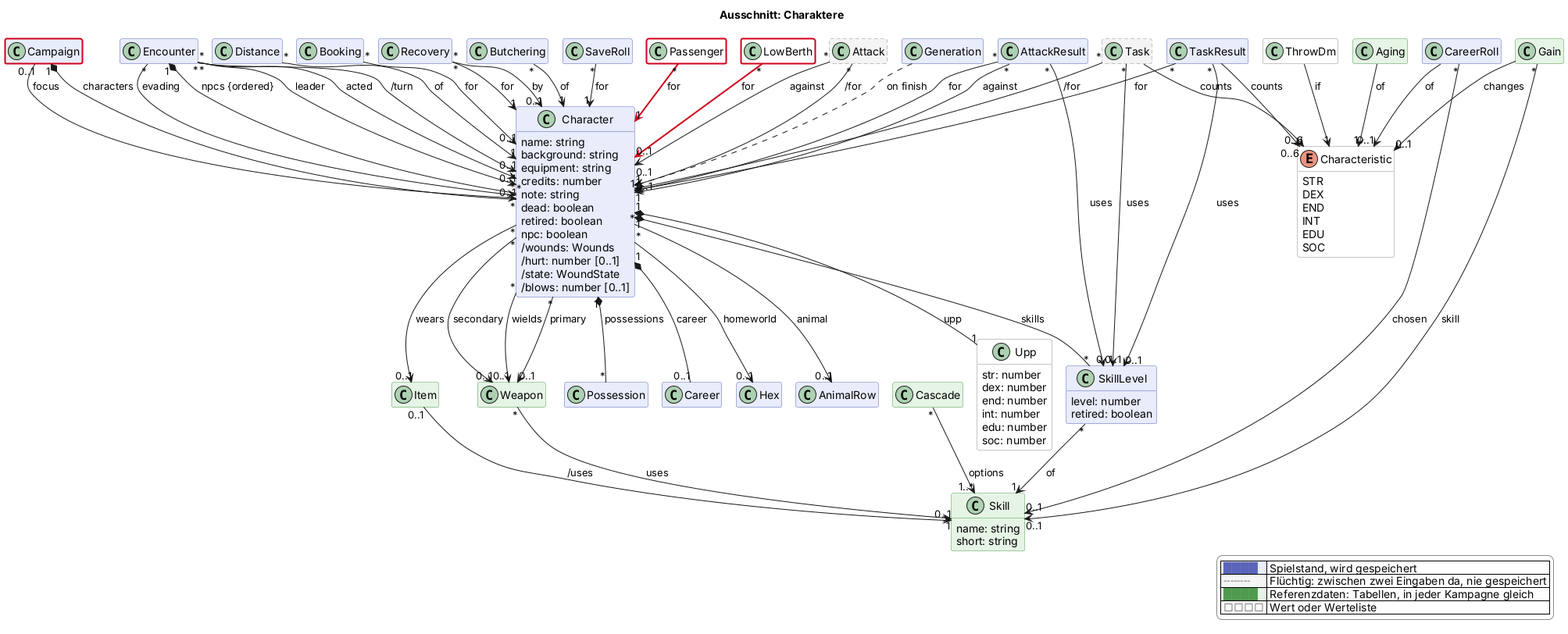
This is docs/views/charakter.png from scuzzar/SRE, a PlantUML export, as it was before one commit.
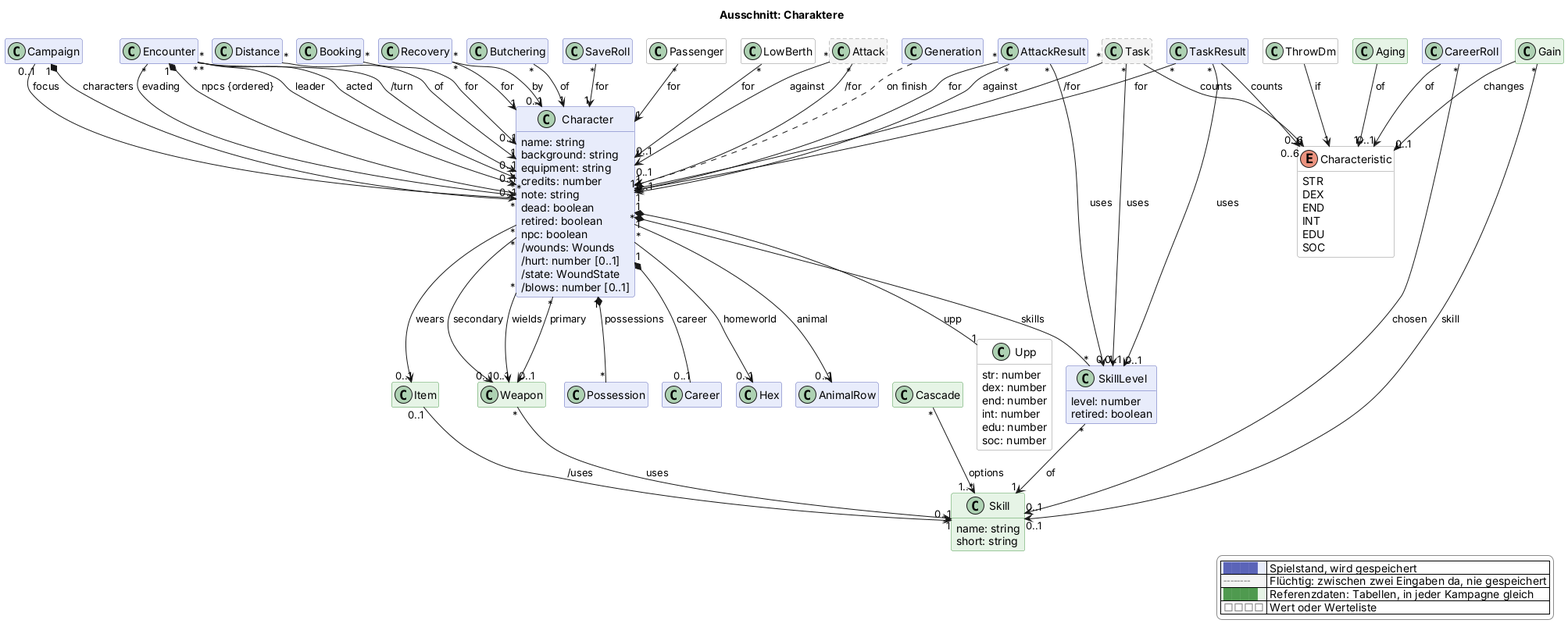
After the commit.

Change to the diagram source:
```diff
@@ -105,8 +105,8 @@
   class Butchering $begegnung
   class SaveRoll $begegnung
 
-  class Passenger <<value>> $reise $newClass("2026-11-13d")
-  class LowBerth <<value>> $reise $newClass("2026-11-13d")
+  class Passenger <<value>> $reise
+  class LowBerth <<value>> $reise
 
   class Task <<transient>> $probe
   class TaskResult $probe
@@ -140,8 +140,8 @@
 Campaign "0..1" --> "0..1" Character : focus
 Booking "*" --> "0..1" Character : for
 
-Passenger "*" -$newArrow("2026-11-13d")-> "1" Character : for
-LowBerth "*" -$newArrow("2026-11-13d")-> "0..1" Character : for
+Passenger "*" --> "1" Character : for
+LowBerth "*" --> "0..1" Character : for
 
 Generation ..> Character : on finish
 Character "1" *-- "0..1" Career : career
@@ -202,5 +202,4 @@
   |<#e6f4e6> <color:#4f9a4f>████</color> | Referenzdaten: Tabellen, in jeder Kampagne gleich |
   |<#ffffff> <color:#8a8a8a>□□□□</color> | Wert oder Werteliste |
 endlegend
-class Campaign #line:d0021b;line.bold
 @enduml
```
